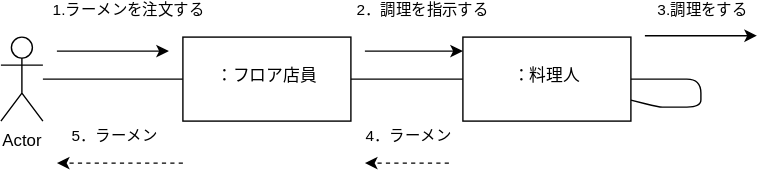
This is 例題5-1_ラーメン注文配膳.drawio.svg from marute0215/uml-introduction, a draw.io export, as it was before one commit. Source tidied: cells renumbered, new cells last; positions are measured from the earlier drawing's top-left corner, leaving out a move shared by most shapes.
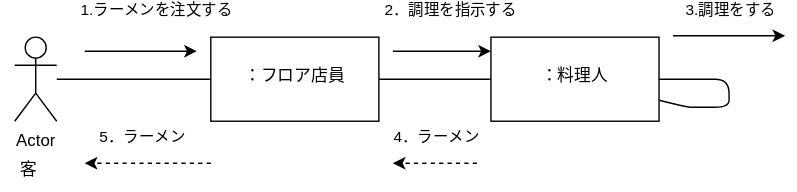
After the commit.

The edit, as a diff of the source:
```diff
@@ -6,7 +6,7 @@
       <mxGeometry relative="1" as="geometry" />
     </mxCell>
     <mxCell id="3" value="Actor" style="shape=umlActor;verticalLabelPosition=bottom;verticalAlign=top;html=1;outlineConnect=0;" parent="1" vertex="1">
-      <mxGeometry y="1" width="30" height="60" as="geometry" />
+      <mxGeometry x="-10" y="1" width="30" height="60" as="geometry" />
     </mxCell>
     <mxCell id="4" style="edgeStyle=none;html=1;endArrow=none;endFill=0;" parent="1" edge="1" source="5" target="7">
       <mxGeometry relative="1" as="geometry" />
@@ -82,5 +82,8 @@
         <mxPoint x="14" y="-22" as="offset" />
       </mxGeometry>
     </mxCell>
+    <mxCell id="18" value="客&lt;br&gt;" style="text;html=1;align=center;verticalAlign=middle;strokeColor=none;fillColor=none;" parent="1" vertex="1">
+      <mxGeometry x="-20" y="81" width="40" height="30" as="geometry" />
+    </mxCell>
   </root>
 </mxGraphModel>
```
